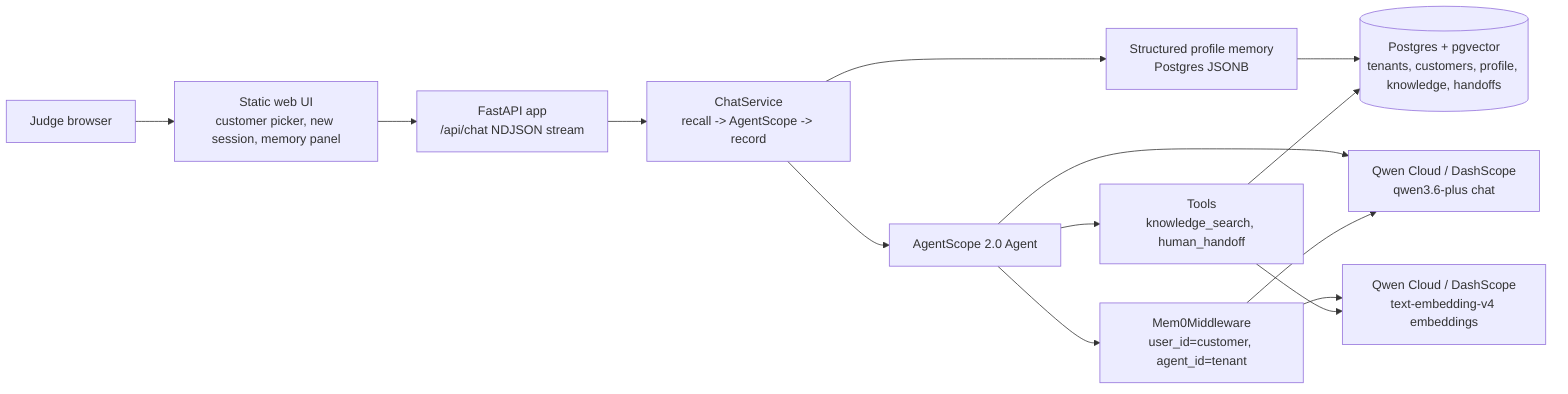
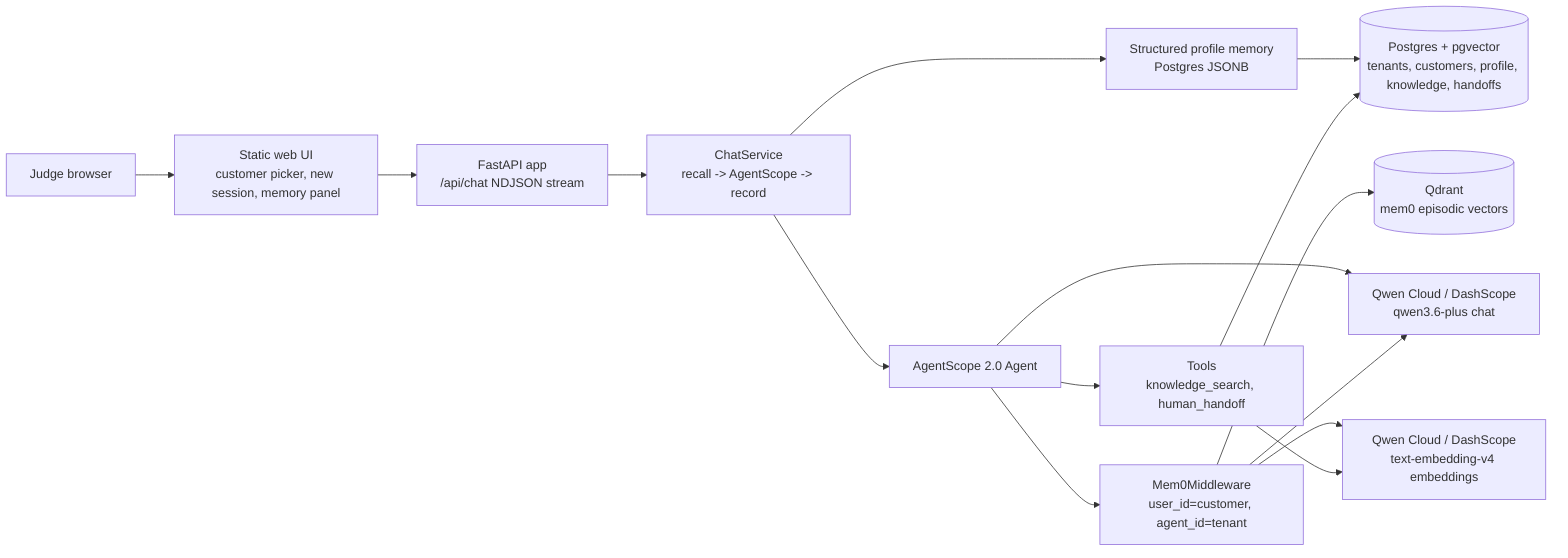
flowchart LR
  Judge["Judge browser"]
  UI["Static web UI\ncustomer picker, new session, memory panel"]
  API["FastAPI app\n/api/chat NDJSON stream"]
  Service["ChatService\nrecall -> AgentScope -> record"]
  Profile["Structured profile memory\nPostgres JSONB"]
  Agent["AgentScope 2.0 Agent"]
  Mem0["Mem0Middleware\nuser_id=customer, agent_id=tenant"]
+   Qdrant[("Qdrant\nmem0 episodic vectors")]
  Tools["Tools\nknowledge_search, human_handoff"]
  PG[("Postgres + pgvector\ntenants, customers, profile, knowledge, handoffs")]
  QwenChat["Qwen Cloud / DashScope\nqwen3.6-plus chat"]
  QwenEmbed["Qwen Cloud / DashScope\ntext-embedding-v4 embeddings"]

  Judge --> UI
  UI --> API
  API --> Service
  Service --> Profile
  Service --> Agent
  Profile --> PG
  Agent --> Mem0
+   Mem0 --> Qdrant
  Agent --> Tools
  Agent --> QwenChat
  Mem0 --> QwenChat
  Mem0 --> QwenEmbed
  Tools --> PG
  Tools --> QwenEmbed
